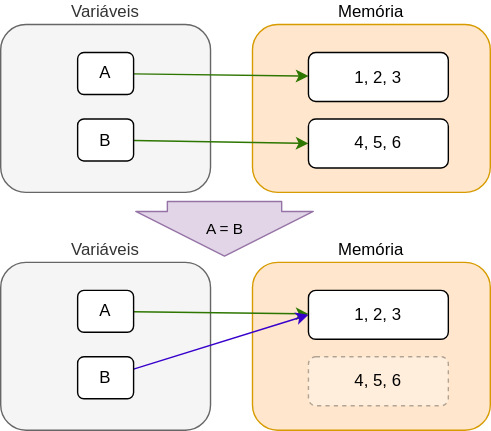
The draw.io diagram images/referencia.drawio.svg in spideryzarc/fdp_python, before a commit. Source tidied: cells renumbered, new cells last; positions are measured from the earlier drawing's top-left corner, leaving out a move shared by most shapes. Source of this version:
```xml
<mxGraphModel>
  <root>
    <mxCell id="0" />
    <mxCell id="1" parent="0" />
    <mxCell id="2" value="Variáveis" style="rounded=1;whiteSpace=wrap;html=1;labelPosition=center;verticalLabelPosition=top;align=center;verticalAlign=bottom;fillColor=#f5f5f5;fontColor=#333333;strokeColor=#666666;" parent="1" vertex="1">
      <mxGeometry width="150" height="120" as="geometry" />
    </mxCell>
    <mxCell id="3" value="Memória" style="rounded=1;whiteSpace=wrap;html=1;labelPosition=center;verticalLabelPosition=top;align=center;verticalAlign=bottom;fillColor=#ffe6cc;strokeColor=#d79b00;" parent="1" vertex="1">
      <mxGeometry x="180" width="170" height="120" as="geometry" />
    </mxCell>
    <mxCell id="4" style="edgeStyle=none;html=1;fillColor=#60a917;strokeColor=#2D7600;" parent="1" edge="1" source="5" target="8">
      <mxGeometry relative="1" as="geometry" />
    </mxCell>
    <mxCell id="5" value="A" style="rounded=1;whiteSpace=wrap;html=1;" parent="1" vertex="1">
      <mxGeometry x="55" y="20" width="40" height="30" as="geometry" />
    </mxCell>
    <mxCell id="6" style="edgeStyle=none;html=1;entryX=0;entryY=0.5;entryDx=0;entryDy=0;fillColor=#60a917;strokeColor=#2D7600;" parent="1" edge="1" source="7" target="9">
      <mxGeometry relative="1" as="geometry" />
    </mxCell>
    <mxCell id="7" value="B" style="rounded=1;whiteSpace=wrap;html=1;" parent="1" vertex="1">
      <mxGeometry x="55" y="67.5" width="40" height="30" as="geometry" />
    </mxCell>
    <mxCell id="8" value="1, 2, 3" style="rounded=1;whiteSpace=wrap;html=1;" parent="1" vertex="1">
      <mxGeometry x="220" y="20" width="100" height="35" as="geometry" />
    </mxCell>
    <mxCell id="9" value="4, 5, 6" style="rounded=1;whiteSpace=wrap;html=1;" parent="1" vertex="1">
      <mxGeometry x="220" y="67.5" width="100" height="35" as="geometry" />
    </mxCell>
    <mxCell id="10" value="Variáveis" style="rounded=1;whiteSpace=wrap;html=1;labelPosition=center;verticalLabelPosition=top;align=center;verticalAlign=bottom;fillColor=#f5f5f5;fontColor=#333333;strokeColor=#666666;" parent="1" vertex="1">
      <mxGeometry y="170" width="150" height="120" as="geometry" />
    </mxCell>
    <mxCell id="11" value="Memória" style="rounded=1;whiteSpace=wrap;html=1;labelPosition=center;verticalLabelPosition=top;align=center;verticalAlign=bottom;fillColor=#ffe6cc;strokeColor=#d79b00;" parent="1" vertex="1">
      <mxGeometry x="180" y="170" width="170" height="120" as="geometry" />
    </mxCell>
    <mxCell id="12" style="edgeStyle=none;html=1;fillColor=#60a917;strokeColor=#2D7600;" parent="1" edge="1" source="13" target="16">
      <mxGeometry relative="1" as="geometry" />
    </mxCell>
    <mxCell id="13" value="A" style="rounded=1;whiteSpace=wrap;html=1;" parent="1" vertex="1">
      <mxGeometry x="55" y="190" width="40" height="30" as="geometry" />
    </mxCell>
    <mxCell id="14" style="edgeStyle=none;html=1;entryX=0;entryY=0.5;entryDx=0;entryDy=0;fillColor=#6a00ff;strokeColor=#3700CC;" parent="1" edge="1" source="15" target="16">
      <mxGeometry relative="1" as="geometry" />
    </mxCell>
    <mxCell id="15" value="B" style="rounded=1;whiteSpace=wrap;html=1;" parent="1" vertex="1">
      <mxGeometry x="55" y="237.5" width="40" height="30" as="geometry" />
    </mxCell>
    <mxCell id="16" value="1, 2, 3" style="rounded=1;whiteSpace=wrap;html=1;" parent="1" vertex="1">
      <mxGeometry x="220" y="190" width="100" height="35" as="geometry" />
    </mxCell>
    <mxCell id="17" value="A = B" style="shape=flexArrow;endArrow=classic;html=1;endWidth=44.163265306122454;endSize=10.285714285714286;width=81.71428571428571;fillColor=#e1d5e7;strokeColor=#9673a6;labelBackgroundColor=none;" parent="1" edge="1">
      <mxGeometry relative="1" as="geometry">
        <mxPoint x="160" y="126" as="sourcePoint" />
        <mxPoint x="160" y="166" as="targetPoint" />
      </mxGeometry>
    </mxCell>
    <mxCell id="18" value="4, 5, 6" style="rounded=1;whiteSpace=wrap;html=1;opacity=30;dashed=1;" parent="1" vertex="1">
      <mxGeometry x="220" y="237.5" width="100" height="35" as="geometry" />
    </mxCell>
  </root>
</mxGraphModel>
```
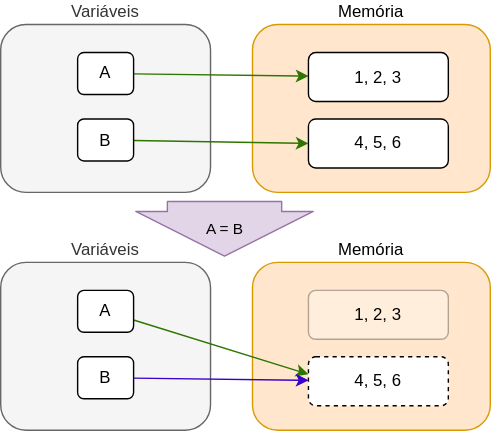
After the commit.

Commit message:
Update referencia.drawio.svg to enhance visual elements and improve clarity in diagram representation

Change to the diagram source:
```diff
@@ -32,19 +32,21 @@
     <mxCell id="11" value="Memória" style="rounded=1;whiteSpace=wrap;html=1;labelPosition=center;verticalLabelPosition=top;align=center;verticalAlign=bottom;fillColor=#ffe6cc;strokeColor=#d79b00;" parent="1" vertex="1">
       <mxGeometry x="180" y="170" width="170" height="120" as="geometry" />
     </mxCell>
-    <mxCell id="12" style="edgeStyle=none;html=1;fillColor=#60a917;strokeColor=#2D7600;" parent="1" edge="1" source="13" target="16">
-      <mxGeometry relative="1" as="geometry" />
+    <mxCell id="12" style="edgeStyle=none;html=1;fillColor=#60a917;strokeColor=#2D7600;" parent="1" edge="1" source="13">
+      <mxGeometry relative="1" as="geometry">
+        <mxPoint x="220" y="250" as="targetPoint" />
+      </mxGeometry>
     </mxCell>
     <mxCell id="13" value="A" style="rounded=1;whiteSpace=wrap;html=1;" parent="1" vertex="1">
       <mxGeometry x="55" y="190" width="40" height="30" as="geometry" />
     </mxCell>
-    <mxCell id="14" style="edgeStyle=none;html=1;entryX=0;entryY=0.5;entryDx=0;entryDy=0;fillColor=#6a00ff;strokeColor=#3700CC;" parent="1" edge="1" source="15" target="16">
+    <mxCell id="14" style="edgeStyle=none;html=1;fillColor=#6a00ff;strokeColor=#3700CC;" parent="1" edge="1" source="15" target="18">
       <mxGeometry relative="1" as="geometry" />
     </mxCell>
     <mxCell id="15" value="B" style="rounded=1;whiteSpace=wrap;html=1;" parent="1" vertex="1">
       <mxGeometry x="55" y="237.5" width="40" height="30" as="geometry" />
     </mxCell>
-    <mxCell id="16" value="1, 2, 3" style="rounded=1;whiteSpace=wrap;html=1;" parent="1" vertex="1">
+    <mxCell id="16" value="1, 2, 3" style="rounded=1;whiteSpace=wrap;html=1;opacity=30;" parent="1" vertex="1">
       <mxGeometry x="220" y="190" width="100" height="35" as="geometry" />
     </mxCell>
     <mxCell id="17" value="A = B" style="shape=flexArrow;endArrow=classic;html=1;endWidth=44.163265306122454;endSize=10.285714285714286;width=81.71428571428571;fillColor=#e1d5e7;strokeColor=#9673a6;labelBackgroundColor=none;" parent="1" edge="1">
@@ -53,7 +55,7 @@
         <mxPoint x="160" y="166" as="targetPoint" />
       </mxGeometry>
     </mxCell>
-    <mxCell id="18" value="4, 5, 6" style="rounded=1;whiteSpace=wrap;html=1;opacity=30;dashed=1;" parent="1" vertex="1">
+    <mxCell id="18" value="4, 5, 6" style="rounded=1;whiteSpace=wrap;html=1;dashed=1;" parent="1" vertex="1">
       <mxGeometry x="220" y="237.5" width="100" height="35" as="geometry" />
     </mxCell>
   </root>
```
